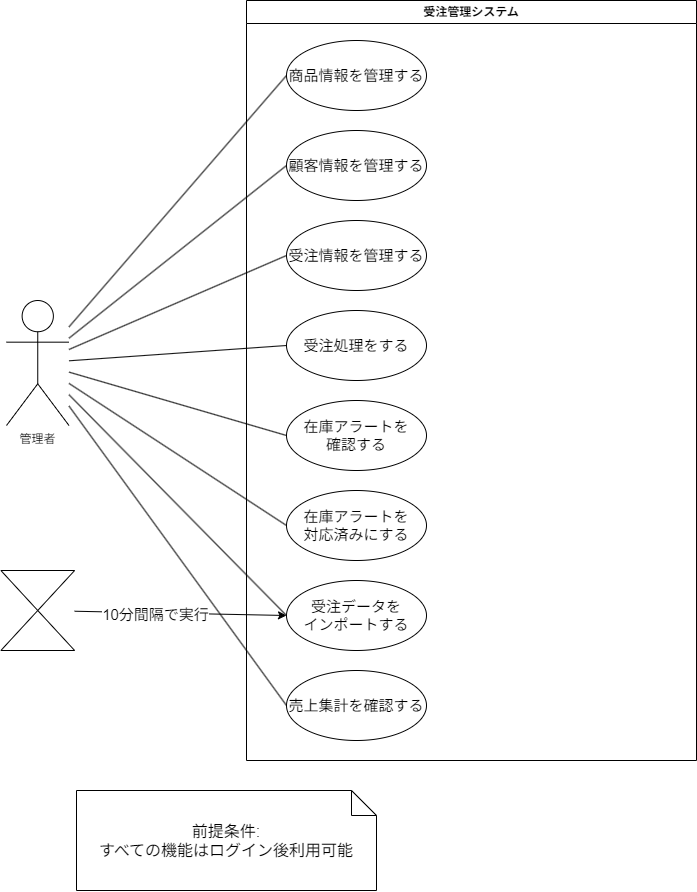
Earlier version of the draw.io export docs/diagrams/ユースケース図.drawio.png (ASK-STEM-official/20_Jakunen_Demo). Source tidied: cells renumbered, new cells last; positions are measured from the earlier drawing's top-left corner, leaving out a move shared by most shapes.
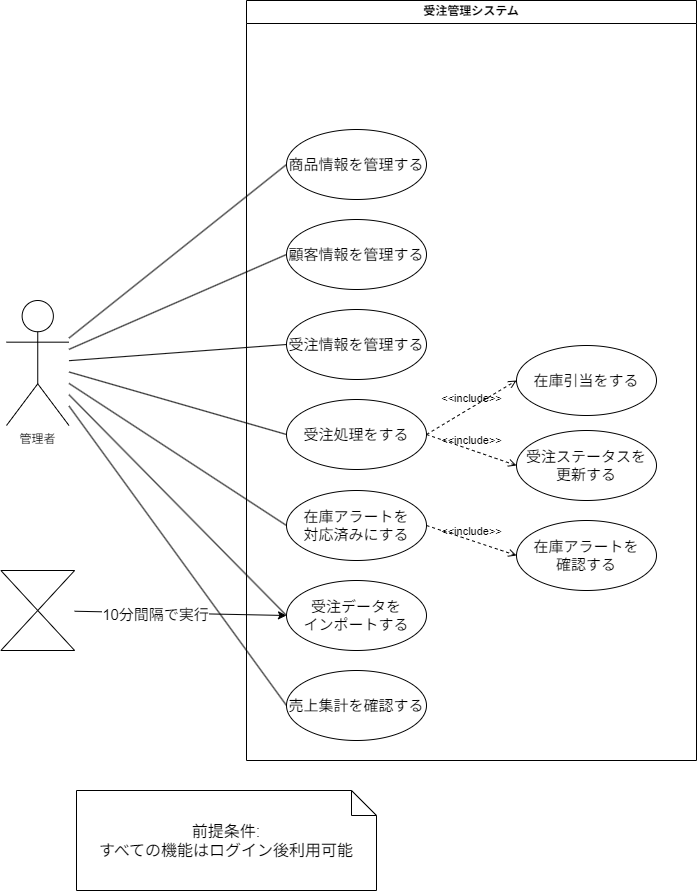
After the change.

Commit message:
ユースケース図を修正

Diff of the diagram source:
```diff
@@ -14,9 +14,6 @@
     <mxCell id="5" style="edgeStyle=none;html=1;entryX=0;entryY=0.5;entryDx=0;entryDy=0;endArrow=none;endFill=0;" parent="1" edge="1" source="10" target="15">
       <mxGeometry relative="1" as="geometry" />
     </mxCell>
-    <mxCell id="6" style="edgeStyle=none;html=1;entryX=0;entryY=0.5;entryDx=0;entryDy=0;endArrow=none;endFill=0;" parent="1" edge="1" source="10" target="16">
-      <mxGeometry relative="1" as="geometry" />
-    </mxCell>
     <mxCell id="7" style="edgeStyle=none;html=1;entryX=0;entryY=0.5;entryDx=0;entryDy=0;endArrow=none;endFill=0;" parent="1" edge="1" source="10" target="17">
       <mxGeometry relative="1" as="geometry" />
     </mxCell>
@@ -33,19 +30,19 @@
       <mxGeometry x="246" width="450" height="760" as="geometry" />
     </mxCell>
     <mxCell id="12" value="&lt;font style=&quot;font-size: 15px;&quot;&gt;商品情報を管理する&lt;/font&gt;" style="ellipse;whiteSpace=wrap;html=1;" parent="11" vertex="1">
-      <mxGeometry x="40" y="40" width="140" height="70" as="geometry" />
+      <mxGeometry x="40" y="129" width="140" height="70" as="geometry" />
     </mxCell>
     <mxCell id="13" value="&lt;font style=&quot;font-size: 15px;&quot;&gt;顧客情報を管理する&lt;/font&gt;" style="ellipse;whiteSpace=wrap;html=1;" parent="11" vertex="1">
-      <mxGeometry x="40" y="130" width="140" height="70" as="geometry" />
+      <mxGeometry x="40" y="219" width="140" height="70" as="geometry" />
     </mxCell>
     <mxCell id="14" value="&lt;font style=&quot;font-size: 15px;&quot;&gt;受注情報を管理する&lt;/font&gt;" style="ellipse;whiteSpace=wrap;html=1;" parent="11" vertex="1">
-      <mxGeometry x="40" y="220" width="140" height="70" as="geometry" />
+      <mxGeometry x="40" y="309" width="140" height="70" as="geometry" />
     </mxCell>
     <mxCell id="15" value="&lt;span style=&quot;font-size: 15px;&quot;&gt;受注処理をする&lt;/span&gt;" style="ellipse;whiteSpace=wrap;html=1;" parent="11" vertex="1">
-      <mxGeometry x="40" y="310" width="140" height="70" as="geometry" />
+      <mxGeometry x="40" y="399" width="140" height="70" as="geometry" />
     </mxCell>
     <mxCell id="16" value="&lt;span style=&quot;font-size: 15px;&quot;&gt;在庫アラートを&lt;/span&gt;&lt;div&gt;&lt;span style=&quot;font-size: 15px;&quot;&gt;確認する&lt;/span&gt;&lt;/div&gt;" style="ellipse;whiteSpace=wrap;html=1;" parent="11" vertex="1">
-      <mxGeometry x="40" y="400" width="140" height="70" as="geometry" />
+      <mxGeometry x="270" y="520" width="140" height="70" as="geometry" />
     </mxCell>
     <mxCell id="17" value="&lt;span style=&quot;font-size: 15px;&quot;&gt;在庫アラートを&lt;/span&gt;&lt;div&gt;&lt;span style=&quot;font-size: 15px;&quot;&gt;対応済みにする&lt;/span&gt;&lt;/div&gt;" style="ellipse;whiteSpace=wrap;html=1;" parent="11" vertex="1">
       <mxGeometry x="40" y="490" width="140" height="70" as="geometry" />
@@ -56,6 +53,21 @@
     <mxCell id="19" value="&lt;span style=&quot;font-size: 15px;&quot;&gt;売上集計を確認する&lt;/span&gt;" style="ellipse;whiteSpace=wrap;html=1;" parent="11" vertex="1">
       <mxGeometry x="40" y="670" width="140" height="70" as="geometry" />
     </mxCell>
+    <mxCell id="24" value="&amp;lt;&amp;lt;include&amp;gt;&amp;gt;" style="html=1;verticalAlign=bottom;labelBackgroundColor=none;endArrow=open;endFill=0;dashed=1;exitX=1;exitY=0.5;exitDx=0;exitDy=0;entryX=0;entryY=0.5;entryDx=0;entryDy=0;" parent="11" edge="1" source="17" target="16">
+      <mxGeometry relative="1" as="geometry" />
+    </mxCell>
+    <mxCell id="25" value="&lt;span style=&quot;font-size: 15px;&quot;&gt;在庫引当をする&lt;/span&gt;" style="ellipse;whiteSpace=wrap;html=1;" parent="11" vertex="1">
+      <mxGeometry x="270" y="345" width="140" height="70" as="geometry" />
+    </mxCell>
+    <mxCell id="26" value="&lt;span style=&quot;font-size: 15px;&quot;&gt;受注ステータスを&lt;/span&gt;&lt;div&gt;&lt;span style=&quot;font-size: 15px;&quot;&gt;更新する&lt;/span&gt;&lt;/div&gt;" style="ellipse;whiteSpace=wrap;html=1;" parent="11" vertex="1">
+      <mxGeometry x="270" y="430" width="140" height="70" as="geometry" />
+    </mxCell>
+    <mxCell id="27" value="&amp;lt;&amp;lt;include&amp;gt;&amp;gt;" style="html=1;verticalAlign=bottom;labelBackgroundColor=none;endArrow=open;endFill=0;dashed=1;exitX=1;exitY=0.5;exitDx=0;exitDy=0;entryX=0;entryY=0.5;entryDx=0;entryDy=0;" parent="11" edge="1" source="15" target="25">
+      <mxGeometry relative="1" as="geometry" />
+    </mxCell>
+    <mxCell id="28" value="&amp;lt;&amp;lt;include&amp;gt;&amp;gt;" style="html=1;verticalAlign=bottom;labelBackgroundColor=none;endArrow=open;endFill=0;dashed=1;exitX=1;exitY=0.5;exitDx=0;exitDy=0;entryX=0;entryY=0.5;entryDx=0;entryDy=0;" parent="11" edge="1" source="15" target="26">
+      <mxGeometry relative="1" as="geometry" />
+    </mxCell>
     <mxCell id="20" style="edgeStyle=none;html=1;entryX=0;entryY=0.5;entryDx=0;entryDy=0;" parent="1" edge="1" source="22" target="18">
       <mxGeometry relative="1" as="geometry" />
     </mxCell>
```
